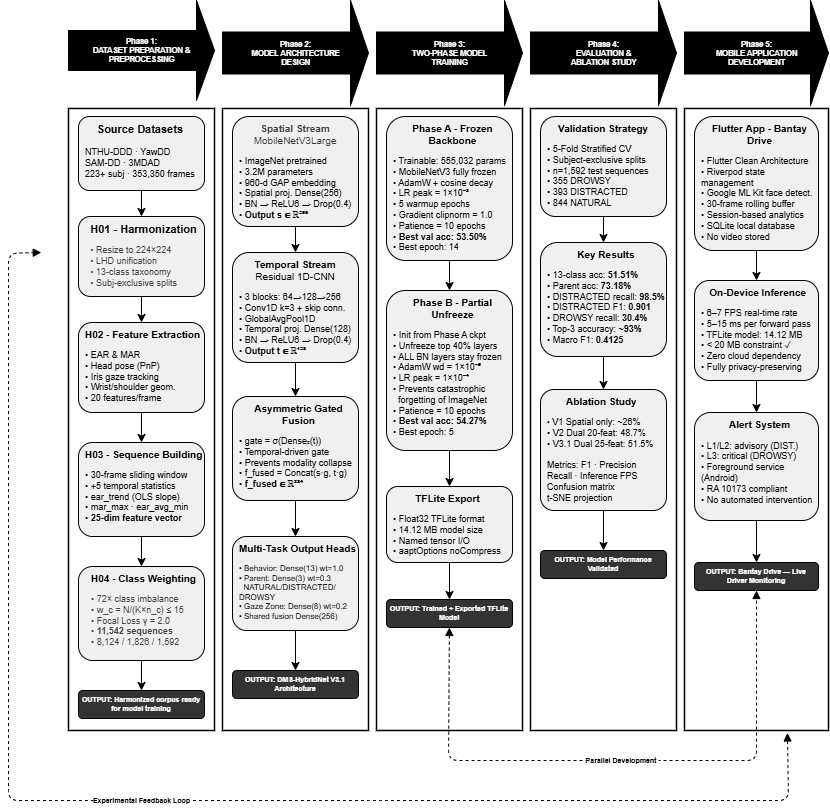
Earlier version of the draw.io export drivermonitorngsystem/diagrams/dms_final_revised.drawio.png (JulianaMancera/DriverMonitoringSystem). Source tidied: cells renumbered, new cells last; positions are measured from the earlier drawing's top-left corner, leaving out a move shared by most shapes.
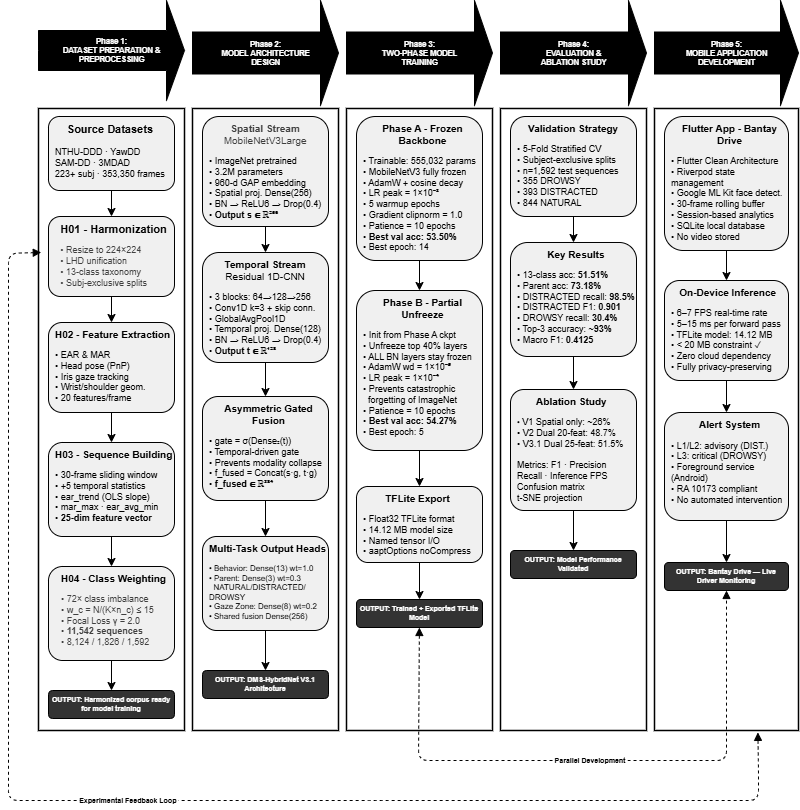
The same diagram one commit later.

Commit message:
feat: update use cases and session retention options; adjust inference loop timing and alert triggers

Change to the diagram source:
```diff
@@ -164,14 +164,15 @@
         </Array>
       </mxGeometry>
     </mxCell>
-    <mxCell id="54" value="Experimental Feedback Loop" style="endArrow=block;startArrow=block;startFill=1;endFill=1;dashed=1;strokeColor=#000000;strokeWidth=1;fontSize=7;fontColor=#000000;align=center;labelBackgroundColor=#ffffff;labelBorderColor=none;fontStyle=1;entryX=0.019;entryY=0.227;entryDx=0;entryDy=0;entryPerimeter=0;exitX=0.715;exitY=1.004;exitDx=0;exitDy=0;exitPerimeter=0;" parent="1" edge="1" source="45">
+    <mxCell id="54" value="Experimental Feedback Loop" style="endArrow=block;startArrow=block;startFill=1;endFill=1;dashed=1;strokeColor=#000000;strokeWidth=1;fontSize=7;fontColor=#000000;align=center;labelBackgroundColor=#ffffff;labelBorderColor=none;fontStyle=1;entryX=0.019;entryY=0.227;entryDx=0;entryDy=0;entryPerimeter=0;exitX=0.718;exitY=1.003;exitDx=0;exitDy=0;exitPerimeter=0;" parent="1" edge="1" source="45">
       <mxGeometry relative="1" as="geometry">
-        <mxPoint x="32.8" y="252" as="targetPoint" />
+        <mxPoint x="62.8" y="252" as="targetPoint" />
         <Array as="points">
+          <mxPoint x="780" y="770" />
           <mxPoint x="780" y="800" />
-          <mxPoint x="370" y="800" />
-          <mxPoint y="800" />
-          <mxPoint y="252.8" />
+          <mxPoint x="400" y="800" />
+          <mxPoint x="30" y="800" />
+          <mxPoint x="30" y="252.8" />
         </Array>
       </mxGeometry>
     </mxCell>
```
